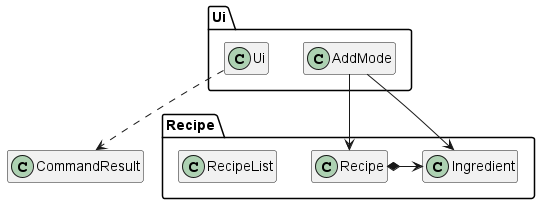
This is docs/images/ClassDiagrams/UiClassDiagram.png from nus-cs2113-AY2223S1/tp, a PlantUML export, as it was before one commit. The source it was exported from:
```plantuml
@startuml
hide class fields
hide class methods

package Recipe {
class RecipeList
class Recipe
class Ingredient
}

package Ui {
class Ui
class AddMode
}

class Ui {
}

class AddMode {
}

Ui ..> CommandResult

AddMode --> Recipe
AddMode --> Ingredient
Recipe *-right-> Ingredient

@enduml
```
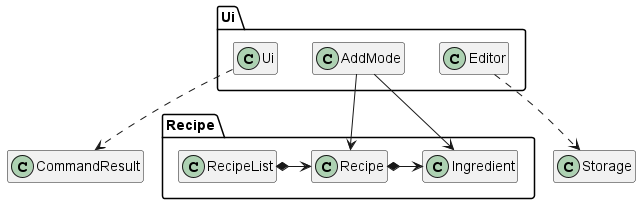
After the commit.

Commit message:
Update storage class diagram

What changed in the source:
```diff
@@ -11,18 +11,17 @@
 package Ui {
 class Ui
 class AddMode
+class Editor
 }
 
-class Ui {
-}
-
-class AddMode {
-}
+class Storage
 
 Ui ..> CommandResult
 
 AddMode --> Recipe
 AddMode --> Ingredient
+RecipeList *-right-> Recipe
 Recipe *-right-> Ingredient
+Editor .down-> Storage
 
 @enduml
```
